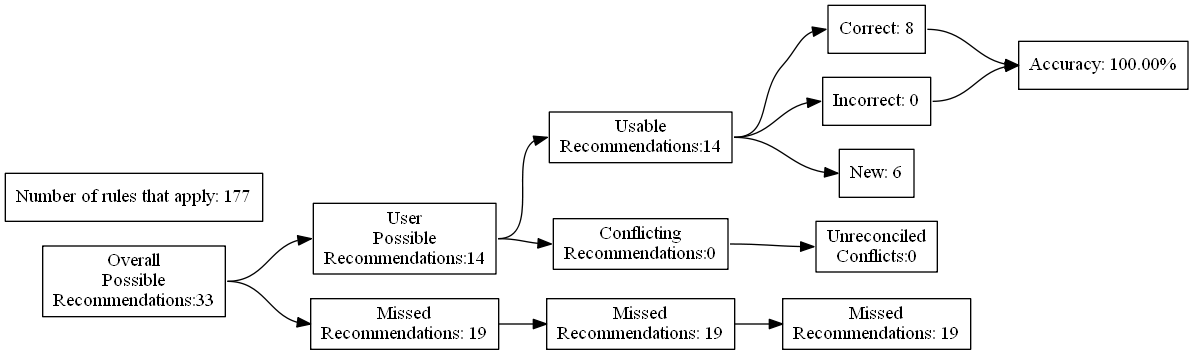
Before: test_renders/42.gv.png, a diagram exported from Graphviz (ZaxR/ibd_diet_analysis). Its source is kept beside it as test_renders/42.gv.
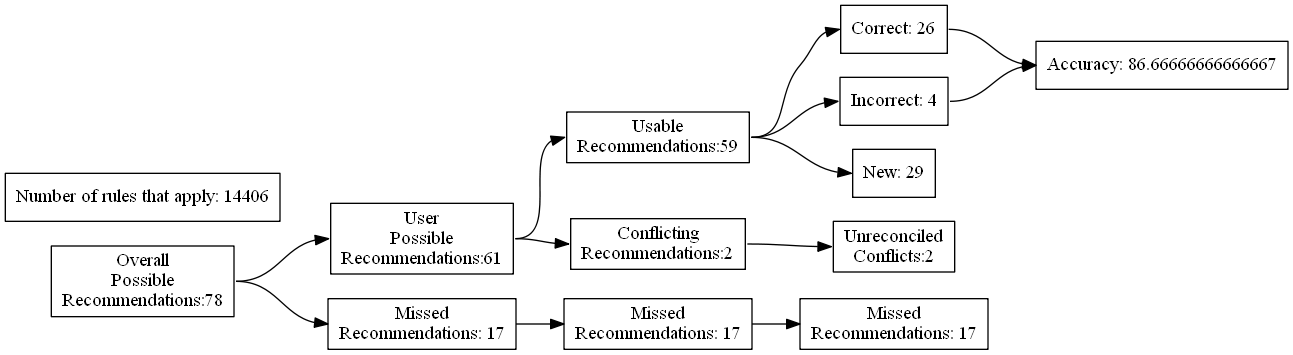
Later version of the same file.

Change to the diagram source:
```diff
@@ -4,27 +4,27 @@
 	edge [headport=w tailport=e]
 		A [label="Overall
 Possible
-Recommendations:33"]
+Recommendations:78"]
 		B [label="User
 Possible
-Recommendations:14"]
+Recommendations:61"]
 		C [label="Missed
-Recommendations: 19"]
+Recommendations: 17"]
 		D [label="Usable
-Recommendations:14"]
+Recommendations:59"]
 		E [label="Conflicting
-Recommendations:0"]
+Recommendations:2"]
 		J [label="Missed
-Recommendations: 19"]
+Recommendations: 17"]
 		M [label="Unreconciled
-Conflicts:0"]
-		F [label="Correct: 8"]
-		G [label="Incorrect: 0"]
-		H [label="New: 6"]
+Conflicts:2"]
+		F [label="Correct: 26"]
+		G [label="Incorrect: 4"]
+		H [label="New: 29"]
 		K [label="Missed
-Recommendations: 19"]
-		I [label="Accuracy: 100.00%"]
-		l [label="Number of rules that apply: 177"]
+Recommendations: 17"]
+		I [label="Accuracy: 86.66666666666667"]
+		l [label="Number of rules that apply: 14406"]
 			A -> B
 			A -> C
 			B -> D
```
